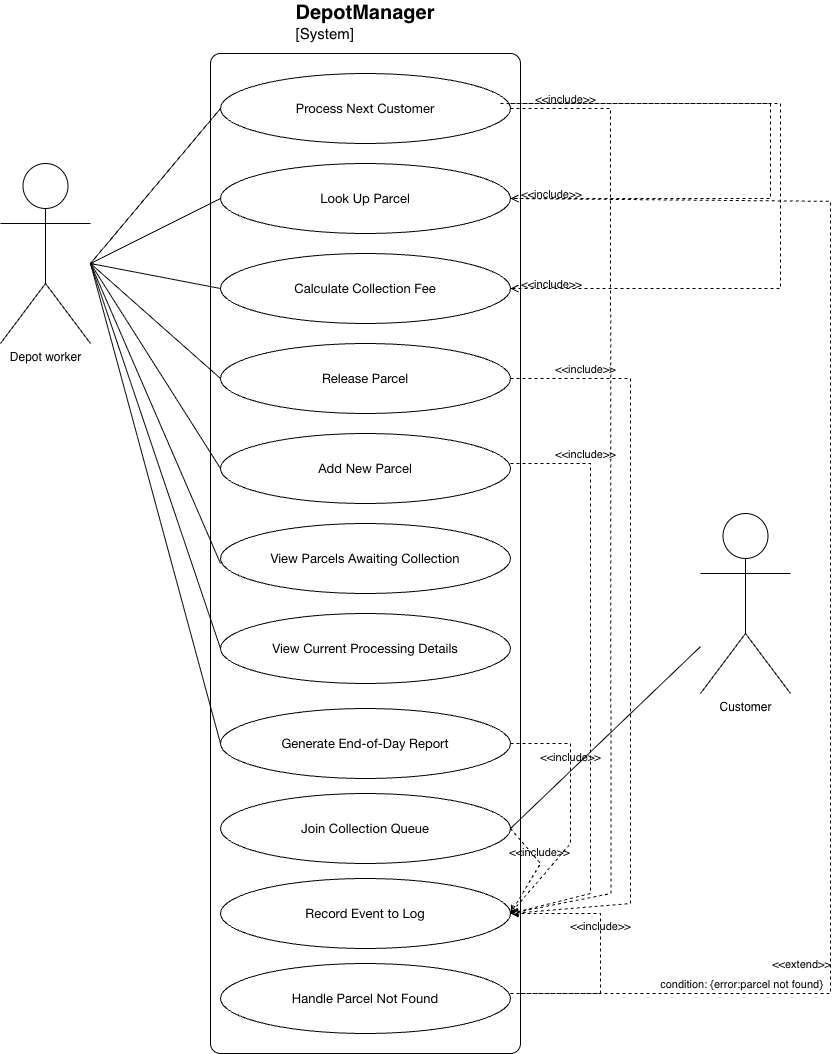
amaar-dev/Software-Architecture keeps this draw.io diagram as Part1_Diagrams/DepotManager-use_cases.drawio.png. Above is the earlier version. Source tidied: cells renumbered, new cells last; positions are measured from the earlier drawing's top-left corner, leaving out a move shared by most shapes.
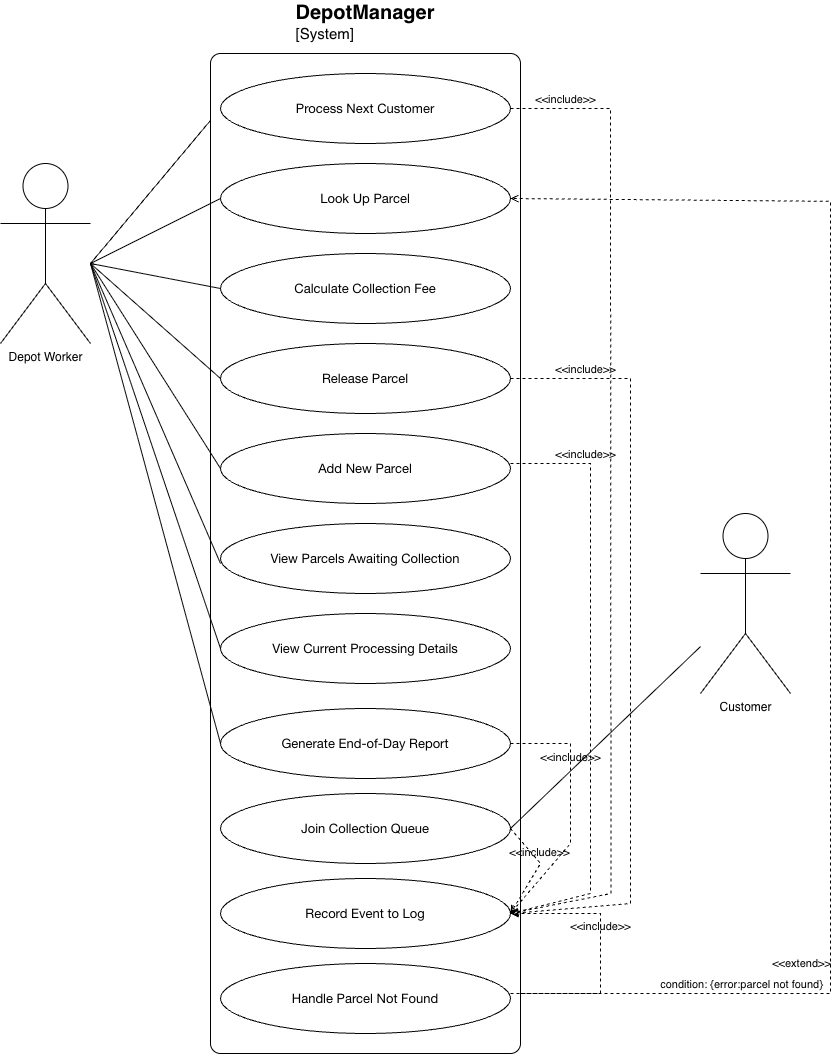
After the commit.

What changed in the source:
```diff
@@ -2,7 +2,7 @@
   <root>
     <mxCell id="0" />
     <mxCell id="1" parent="0" />
-    <mxCell id="2" value="Depot worker&lt;div&gt;&lt;br&gt;&lt;/div&gt;" style="shape=umlActor;verticalLabelPosition=bottom;verticalAlign=top;html=1;labelPerimeter=1;fillStyle=solid;perimeterSpacing=5;fontColor=#000000;" parent="1" vertex="1">
+    <mxCell id="2" value="Depot Worker&lt;div&gt;&lt;br&gt;&lt;/div&gt;" style="shape=umlActor;verticalLabelPosition=bottom;verticalAlign=top;html=1;labelPerimeter=1;fillStyle=solid;perimeterSpacing=5;" parent="1" vertex="1">
       <mxGeometry y="110" width="90" height="180" as="geometry" />
     </mxCell>
     <mxCell id="3" style="endArrow=none;html=1;rounded=0;defaultLabelBackgroundColor=page;labelPadding=0 4;entryX=0;entryY=0.5;entryDx=0;entryDy=0;fontColor=#000000;" parent="1" edge="1" source="2" target="5">
@@ -13,44 +13,44 @@
       </mxGeometry>
     </mxCell>
     <object id="4" label="&lt;font style=&quot;font-size: 20px;&quot;&gt;&lt;b&gt;&lt;div style=&quot;text-align: left&quot;&gt;%c4Name%&lt;/div&gt;&lt;/b&gt;&lt;/font&gt;&lt;div style=&quot;text-align: left&quot;&gt;[%c4Application%]&lt;/div&gt;" c4Application="System" c4Name="DepotManager" c4Type="SystemScopeBoundary" placeholders="1">
-      <mxCell style="rounded=1;fontSize=15;whiteSpace=wrap;html=1;arcSize=20;fillColor=none;strokeColor=default;fontColor=#000000;labelBackgroundColor=none;align=center;verticalAlign=bottom;labelBorderColor=none;spacingTop=0;spacing=10;perimeter=rectanglePerimeter;labelPadding=0;absoluteArcSize=1;labelPosition=center;verticalLabelPosition=top;labelPerimeter=1;" parent="1" vertex="1">
+      <mxCell style="rounded=1;fontSize=15;whiteSpace=wrap;html=1;arcSize=20;labelBackgroundColor=none;align=center;verticalAlign=bottom;labelBorderColor=none;spacingTop=0;spacing=10;perimeter=rectanglePerimeter;labelPadding=0;absoluteArcSize=1;labelPosition=center;verticalLabelPosition=top;labelPerimeter=1;" parent="1" vertex="1">
         <mxGeometry x="210" width="310" height="1000" as="geometry" />
       </mxCell>
     </object>
-    <mxCell id="5" value="&lt;p class=&quot;p1&quot; style=&quot;margin: 0px; font-style: normal; font-variant: normal; font-size-adjust: none; font-language-override: normal; font-kerning: auto; font-optical-sizing: auto; font-feature-settings: normal; font-variation-settings: normal; font-stretch: normal; font-size: 13px; line-height: normal; font-family: &amp;quot;Helvetica Neue&amp;quot;; text-align: start;&quot;&gt;Process Next Customer&lt;/p&gt;" style="ellipse;whiteSpace=wrap;html=1;fontColor=#000000;" parent="1" vertex="1">
+    <mxCell id="5" value="&lt;p class=&quot;p1&quot; style=&quot;margin: 0px; font-style: normal; font-variant: normal; font-size-adjust: none; font-language-override: normal; font-kerning: auto; font-optical-sizing: auto; font-feature-settings: normal; font-variation-settings: normal; font-stretch: normal; font-size: 13px; line-height: normal; font-family: &amp;quot;Helvetica Neue&amp;quot;; text-align: start;&quot;&gt;Process Next Customer&lt;/p&gt;" style="ellipse;whiteSpace=wrap;html=1;" parent="1" vertex="1">
       <mxGeometry x="220" y="20" width="290" height="70" as="geometry" />
     </mxCell>
-    <mxCell id="6" value="&lt;p class=&quot;p1&quot; style=&quot;margin: 0px; font-style: normal; font-variant: normal; font-size-adjust: none; font-language-override: normal; font-kerning: auto; font-optical-sizing: auto; font-feature-settings: normal; font-variation-settings: normal; font-stretch: normal; font-size: 13px; line-height: normal; font-family: &amp;quot;Helvetica Neue&amp;quot;; text-align: start;&quot;&gt;Look Up Parcel&lt;/p&gt;" style="ellipse;whiteSpace=wrap;html=1;fontColor=#000000;" parent="1" vertex="1">
+    <mxCell id="6" value="&lt;p class=&quot;p1&quot; style=&quot;margin: 0px; font-style: normal; font-variant: normal; font-size-adjust: none; font-language-override: normal; font-kerning: auto; font-optical-sizing: auto; font-feature-settings: normal; font-variation-settings: normal; font-stretch: normal; font-size: 13px; line-height: normal; font-family: &amp;quot;Helvetica Neue&amp;quot;; text-align: start;&quot;&gt;Look Up Parcel&lt;/p&gt;" style="ellipse;whiteSpace=wrap;html=1;" parent="1" vertex="1">
       <mxGeometry x="220" y="110" width="290" height="70" as="geometry" />
     </mxCell>
-    <mxCell id="7" value="&lt;p class=&quot;p1&quot; style=&quot;margin: 0px; font-style: normal; font-variant: normal; font-size-adjust: none; font-language-override: normal; font-kerning: auto; font-optical-sizing: auto; font-feature-settings: normal; font-variation-settings: normal; font-stretch: normal; font-size: 13px; line-height: normal; font-family: &amp;quot;Helvetica Neue&amp;quot;; text-align: start;&quot;&gt;Calculate Collection Fee&lt;/p&gt;" style="ellipse;whiteSpace=wrap;html=1;fontColor=#000000;" parent="1" vertex="1">
+    <mxCell id="7" value="&lt;p class=&quot;p1&quot; style=&quot;margin: 0px; font-style: normal; font-variant: normal; font-size-adjust: none; font-language-override: normal; font-kerning: auto; font-optical-sizing: auto; font-feature-settings: normal; font-variation-settings: normal; font-stretch: normal; font-size: 13px; line-height: normal; font-family: &amp;quot;Helvetica Neue&amp;quot;; text-align: start;&quot;&gt;Calculate Collection Fee&lt;/p&gt;" style="ellipse;whiteSpace=wrap;html=1;" parent="1" vertex="1">
       <mxGeometry x="220" y="200" width="290" height="70" as="geometry" />
     </mxCell>
-    <mxCell id="8" value="&lt;p class=&quot;p1&quot; style=&quot;margin: 0px; font-style: normal; font-variant: normal; font-size-adjust: none; font-language-override: normal; font-kerning: auto; font-optical-sizing: auto; font-feature-settings: normal; font-variation-settings: normal; font-stretch: normal; font-size: 13px; line-height: normal; font-family: &amp;quot;Helvetica Neue&amp;quot;; text-align: start;&quot;&gt;Release Parcel&lt;/p&gt;" style="ellipse;whiteSpace=wrap;html=1;fontColor=#000000;" parent="1" vertex="1">
+    <mxCell id="8" value="&lt;p class=&quot;p1&quot; style=&quot;margin: 0px; font-style: normal; font-variant: normal; font-size-adjust: none; font-language-override: normal; font-kerning: auto; font-optical-sizing: auto; font-feature-settings: normal; font-variation-settings: normal; font-stretch: normal; font-size: 13px; line-height: normal; font-family: &amp;quot;Helvetica Neue&amp;quot;; text-align: start;&quot;&gt;Release Parcel&lt;/p&gt;" style="ellipse;whiteSpace=wrap;html=1;" parent="1" vertex="1">
       <mxGeometry x="220" y="290" width="290" height="70" as="geometry" />
     </mxCell>
-    <mxCell id="9" value="&lt;p class=&quot;p1&quot; style=&quot;margin: 0px; font-style: normal; font-variant: normal; font-size-adjust: none; font-language-override: normal; font-kerning: auto; font-optical-sizing: auto; font-feature-settings: normal; font-variation-settings: normal; font-stretch: normal; font-size: 13px; line-height: normal; font-family: &amp;quot;Helvetica Neue&amp;quot;; text-align: start;&quot;&gt;Add New Parcel&lt;/p&gt;" style="ellipse;whiteSpace=wrap;html=1;fontColor=#000000;" parent="1" vertex="1">
+    <mxCell id="9" value="&lt;p class=&quot;p1&quot; style=&quot;margin: 0px; font-style: normal; font-variant: normal; font-size-adjust: none; font-language-override: normal; font-kerning: auto; font-optical-sizing: auto; font-feature-settings: normal; font-variation-settings: normal; font-stretch: normal; font-size: 13px; line-height: normal; font-family: &amp;quot;Helvetica Neue&amp;quot;; text-align: start;&quot;&gt;Add New Parcel&lt;/p&gt;" style="ellipse;whiteSpace=wrap;html=1;" parent="1" vertex="1">
       <mxGeometry x="220" y="380" width="290" height="70" as="geometry" />
     </mxCell>
-    <mxCell id="10" value="&lt;p class=&quot;p1&quot; style=&quot;margin: 0px; font-style: normal; font-variant: normal; font-size-adjust: none; font-language-override: normal; font-kerning: auto; font-optical-sizing: auto; font-feature-settings: normal; font-variation-settings: normal; font-stretch: normal; font-size: 13px; line-height: normal; font-family: &amp;quot;Helvetica Neue&amp;quot;; text-align: start;&quot;&gt;View Parcels Awaiting Collection&lt;/p&gt;" style="ellipse;whiteSpace=wrap;html=1;fontColor=#000000;" parent="1" vertex="1">
+    <mxCell id="10" value="&lt;p class=&quot;p1&quot; style=&quot;margin: 0px; font-style: normal; font-variant: normal; font-size-adjust: none; font-language-override: normal; font-kerning: auto; font-optical-sizing: auto; font-feature-settings: normal; font-variation-settings: normal; font-stretch: normal; font-size: 13px; line-height: normal; font-family: &amp;quot;Helvetica Neue&amp;quot;; text-align: start;&quot;&gt;View Parcels Awaiting Collection&lt;/p&gt;" style="ellipse;whiteSpace=wrap;html=1;" parent="1" vertex="1">
       <mxGeometry x="220" y="470" width="290" height="70" as="geometry" />
     </mxCell>
-    <mxCell id="11" value="&lt;p class=&quot;p1&quot; style=&quot;margin: 0px; font-style: normal; font-variant: normal; font-size-adjust: none; font-language-override: normal; font-kerning: auto; font-optical-sizing: auto; font-feature-settings: normal; font-variation-settings: normal; font-stretch: normal; font-size: 13px; line-height: normal; font-family: &amp;quot;Helvetica Neue&amp;quot;; text-align: start;&quot;&gt;Join Collection Queue&lt;/p&gt;" style="ellipse;whiteSpace=wrap;html=1;fontColor=#000000;" parent="1" vertex="1">
+    <mxCell id="11" value="&lt;p class=&quot;p1&quot; style=&quot;margin: 0px; font-style: normal; font-variant: normal; font-size-adjust: none; font-language-override: normal; font-kerning: auto; font-optical-sizing: auto; font-feature-settings: normal; font-variation-settings: normal; font-stretch: normal; font-size: 13px; line-height: normal; font-family: &amp;quot;Helvetica Neue&amp;quot;; text-align: start;&quot;&gt;Join Collection Queue&lt;/p&gt;" style="ellipse;whiteSpace=wrap;html=1;" parent="1" vertex="1">
       <mxGeometry x="220" y="740" width="290" height="70" as="geometry" />
     </mxCell>
-    <mxCell id="12" value="&lt;p class=&quot;p1&quot; style=&quot;margin: 0px; font-style: normal; font-variant: normal; font-size-adjust: none; font-language-override: normal; font-kerning: auto; font-optical-sizing: auto; font-feature-settings: normal; font-variation-settings: normal; font-stretch: normal; font-size: 13px; line-height: normal; font-family: &amp;quot;Helvetica Neue&amp;quot;; text-align: start;&quot;&gt;Generate End-of-Day Report&lt;/p&gt;" style="ellipse;whiteSpace=wrap;html=1;fontColor=#000000;" parent="1" vertex="1">
+    <mxCell id="12" value="&lt;p class=&quot;p1&quot; style=&quot;margin: 0px; font-style: normal; font-variant: normal; font-size-adjust: none; font-language-override: normal; font-kerning: auto; font-optical-sizing: auto; font-feature-settings: normal; font-variation-settings: normal; font-stretch: normal; font-size: 13px; line-height: normal; font-family: &amp;quot;Helvetica Neue&amp;quot;; text-align: start;&quot;&gt;Generate End-of-Day Report&lt;/p&gt;" style="ellipse;whiteSpace=wrap;html=1;" parent="1" vertex="1">
       <mxGeometry x="220" y="655" width="290" height="70" as="geometry" />
     </mxCell>
-    <mxCell id="13" value="&lt;p class=&quot;p1&quot; style=&quot;margin: 0px; font-style: normal; font-variant: normal; font-size-adjust: none; font-language-override: normal; font-kerning: auto; font-optical-sizing: auto; font-feature-settings: normal; font-variation-settings: normal; font-stretch: normal; font-size: 13px; line-height: normal; font-family: &amp;quot;Helvetica Neue&amp;quot;; text-align: start;&quot;&gt;View Current Processing Details&lt;/p&gt;" style="ellipse;whiteSpace=wrap;html=1;fontColor=#000000;" parent="1" vertex="1">
+    <mxCell id="13" value="&lt;p class=&quot;p1&quot; style=&quot;margin: 0px; font-style: normal; font-variant: normal; font-size-adjust: none; font-language-override: normal; font-kerning: auto; font-optical-sizing: auto; font-feature-settings: normal; font-variation-settings: normal; font-stretch: normal; font-size: 13px; line-height: normal; font-family: &amp;quot;Helvetica Neue&amp;quot;; text-align: start;&quot;&gt;View Current Processing Details&lt;/p&gt;" style="ellipse;whiteSpace=wrap;html=1;" parent="1" vertex="1">
       <mxGeometry x="220" y="560" width="290" height="70" as="geometry" />
     </mxCell>
-    <mxCell id="14" value="&lt;p class=&quot;p1&quot; style=&quot;margin: 0px; font-style: normal; font-variant: normal; font-size-adjust: none; font-language-override: normal; font-kerning: auto; font-optical-sizing: auto; font-feature-settings: normal; font-variation-settings: normal; font-stretch: normal; font-size: 13px; line-height: normal; font-family: &amp;quot;Helvetica Neue&amp;quot;; text-align: start;&quot;&gt;Record Event to Log&lt;/p&gt;" style="ellipse;whiteSpace=wrap;html=1;fontColor=#000000;" parent="1" vertex="1">
+    <mxCell id="14" value="&lt;p class=&quot;p1&quot; style=&quot;margin: 0px; font-style: normal; font-variant: normal; font-size-adjust: none; font-language-override: normal; font-kerning: auto; font-optical-sizing: auto; font-feature-settings: normal; font-variation-settings: normal; font-stretch: normal; font-size: 13px; line-height: normal; font-family: &amp;quot;Helvetica Neue&amp;quot;; text-align: start;&quot;&gt;Record Event to Log&lt;/p&gt;" style="ellipse;whiteSpace=wrap;html=1;" parent="1" vertex="1">
       <mxGeometry x="220" y="825" width="290" height="70" as="geometry" />
     </mxCell>
-    <mxCell id="15" value="&lt;p class=&quot;p1&quot; style=&quot;margin: 0px; font-style: normal; font-variant: normal; font-size-adjust: none; font-language-override: normal; font-kerning: auto; font-optical-sizing: auto; font-feature-settings: normal; font-variation-settings: normal; font-stretch: normal; font-size: 13px; line-height: normal; font-family: &amp;quot;Helvetica Neue&amp;quot;; text-align: start;&quot;&gt;Handle Parcel Not Found&lt;/p&gt;" style="ellipse;whiteSpace=wrap;html=1;fontColor=#000000;" parent="1" vertex="1">
+    <mxCell id="15" value="&lt;p class=&quot;p1&quot; style=&quot;margin: 0px; font-style: normal; font-variant: normal; font-size-adjust: none; font-language-override: normal; font-kerning: auto; font-optical-sizing: auto; font-feature-settings: normal; font-variation-settings: normal; font-stretch: normal; font-size: 13px; line-height: normal; font-family: &amp;quot;Helvetica Neue&amp;quot;; text-align: start;&quot;&gt;Handle Parcel Not Found&lt;/p&gt;" style="ellipse;whiteSpace=wrap;html=1;" parent="1" vertex="1">
       <mxGeometry x="220" y="910" width="290" height="70" as="geometry" />
     </mxCell>
-    <mxCell id="16" value="Customer&lt;div&gt;&lt;br&gt;&lt;/div&gt;" style="shape=umlActor;verticalLabelPosition=bottom;verticalAlign=top;html=1;labelPerimeter=1;fontColor=#000000;" parent="1" vertex="1">
+    <mxCell id="16" value="Customer&lt;div&gt;&lt;br&gt;&lt;/div&gt;" style="shape=umlActor;verticalLabelPosition=bottom;verticalAlign=top;html=1;labelPerimeter=1;" parent="1" vertex="1">
       <mxGeometry x="700" y="460" width="90" height="180" as="geometry" />
     </mxCell>
     <mxCell id="17" style="edgeStyle=none;html=1;endArrow=none;verticalAlign=bottom;rounded=0;defaultLabelBackgroundColor=page;labelPadding=0 4;entryX=0;entryY=0.5;entryDx=0;entryDy=0;fontColor=#000000;" parent="1" edge="1" target="6">
@@ -177,40 +177,6 @@
         <mxPoint x="-32" y="66" as="offset" />
       </mxGeometry>
     </mxCell>
-    <mxCell id="39" value="&amp;lt;&amp;lt;include&lt;span style=&quot;background-color: transparent; color: light-dark(rgb(0, 0, 0), rgb(237, 237, 237));&quot;&gt;&amp;gt;&amp;gt;&lt;/span&gt;" style="edgeLabel;html=1;align=center;verticalAlign=middle;inheritText=fontFamily,fontSize,fontStyle,textOpacity,labelBorderColor,labelBorderWidth,labelBackgroundColor,defaultLabelBackgroundColor,labelPadding;rotation=0;labelBackgroundColor=none;defaultLabelBackgroundColor=page;labelPadding=0 4;fontColor=#000000;" parent="35" vertex="1">
-      <mxGeometry x="-0.43" y="-2" relative="1" as="geometry">
-        <mxPoint x="-282" y="-614" as="offset" />
-      </mxGeometry>
-    </mxCell>
-    <mxCell id="40" value="&amp;lt;&amp;lt;include&lt;span style=&quot;background-color: transparent; color: light-dark(rgb(0, 0, 0), rgb(237, 237, 237));&quot;&gt;&amp;gt;&amp;gt;&lt;/span&gt;" style="edgeLabel;html=1;align=center;verticalAlign=middle;inheritText=fontFamily,fontSize,fontStyle,textOpacity,labelBorderColor,labelBorderWidth,labelBackgroundColor,defaultLabelBackgroundColor,labelPadding;rotation=0;fontColor=#000000;labelBackgroundColor=none;defaultLabelBackgroundColor=page;labelPadding=0 4;" parent="35" vertex="1">
-      <mxGeometry x="-0.43" y="-2" relative="1" as="geometry">
-        <mxPoint x="-282" y="-704" as="offset" />
-      </mxGeometry>
-    </mxCell>
-    <mxCell id="41" value="&lt;div&gt;&lt;br&gt;&lt;/div&gt;" style="endArrow=open;html=1;rounded=0;align=center;verticalAlign=bottom;dashed=1;endFill=0;labelBackgroundColor=none;defaultLabelBackgroundColor=page;labelPadding=0 4;entryX=1;entryY=0.5;entryDx=0;entryDy=0;fontColor=#000000;" parent="1" edge="1" target="6">
-      <mxGeometry x="-0.76" relative="1" as="geometry">
-        <mxPoint x="500" y="50" as="sourcePoint" />
-        <Array as="points">
-          <mxPoint x="770" y="50" />
-          <mxPoint x="770" y="145" />
-        </Array>
-      </mxGeometry>
-    </mxCell>
-    <mxCell id="42" style="html=1;align=center;verticalAlign=top;labelBackgroundColor=none;fontColor=#000000;" parent="41" vertex="1">
-      <mxGeometry x="-0.76" relative="1" as="geometry" />
-    </mxCell>
-    <mxCell id="43" value="&lt;div&gt;&lt;br&gt;&lt;/div&gt;" style="endArrow=open;html=1;rounded=0;align=center;verticalAlign=bottom;dashed=1;endFill=0;labelBackgroundColor=none;defaultLabelBackgroundColor=page;labelPadding=0 4;entryX=1;entryY=0.5;entryDx=0;entryDy=0;fontColor=#000000;" parent="1" edge="1" target="7">
-      <mxGeometry x="-0.79" relative="1" as="geometry">
-        <mxPoint x="510" y="50" as="sourcePoint" />
-        <Array as="points">
-          <mxPoint x="780" y="50" />
-          <mxPoint x="780" y="235" />
-        </Array>
-      </mxGeometry>
-    </mxCell>
-    <mxCell id="44" style="html=1;align=center;verticalAlign=top;labelBackgroundColor=none;fontColor=#000000;" parent="43" vertex="1">
-      <mxGeometry x="-0.79" relative="1" as="geometry" />
-    </mxCell>
     <mxCell id="45" value="&amp;lt;&amp;lt;include&amp;gt;&amp;gt;" style="endArrow=open;html=1;rounded=0;align=center;verticalAlign=bottom;dashed=1;endFill=0;labelBackgroundColor=none;defaultLabelBackgroundColor=page;labelPadding=0 4;entryX=1;entryY=0.5;entryDx=0;entryDy=0;fontColor=#000000;exitX=1;exitY=0.5;exitDx=0;exitDy=0;" parent="1" edge="1" source="11" target="14">
       <mxGeometry x="-0.17" relative="1" as="geometry">
         <Array as="points">
```
